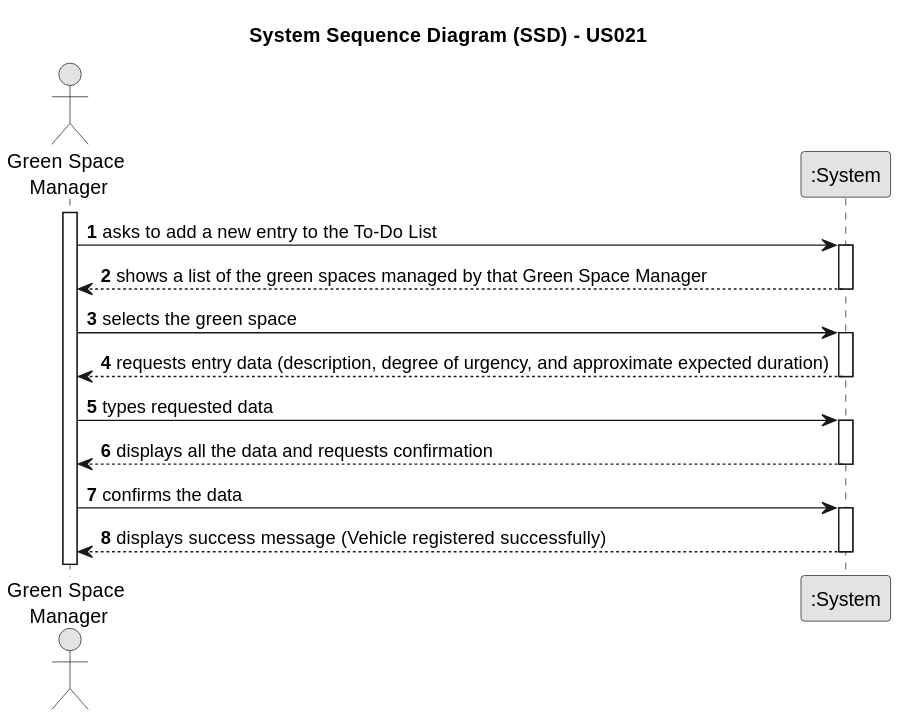
RicardoMorim/lapr2-ISEP-Project keeps this PlantUML diagram as docs/sprintC/us021/01.requirements-engineering/svg/us021-system-sequence-diagram-alternative-one.svg. Above is the earlier version. The source it was exported from:
```plantuml
@startuml
skinparam monochrome true
skinparam packageStyle rectangle
skinparam shadowing false

title System Sequence Diagram (SSD) - US021

autonumber

actor "Green Space\n Manager" as GSM
participant ":System" as System

activate GSM

    GSM -> System : asks to add a new entry to the To-Do List
    activate System

    System --> GSM : shows a list of the green spaces managed by that Green Space Manager
    deactivate System

    GSM -> System : selects the green space
    activate System

    System --> GSM : requests entry data (description, degree of urgency, and approximate expected duration)
    deactivate System

    GSM -> System : types requested data
    activate System

    System --> GSM : displays all the data and requests confirmation
    deactivate System

    GSM -> System : confirms the data
    activate System

    System --> GSM : displays success message (Vehicle registered successfully)
    deactivate System
@enduml
```
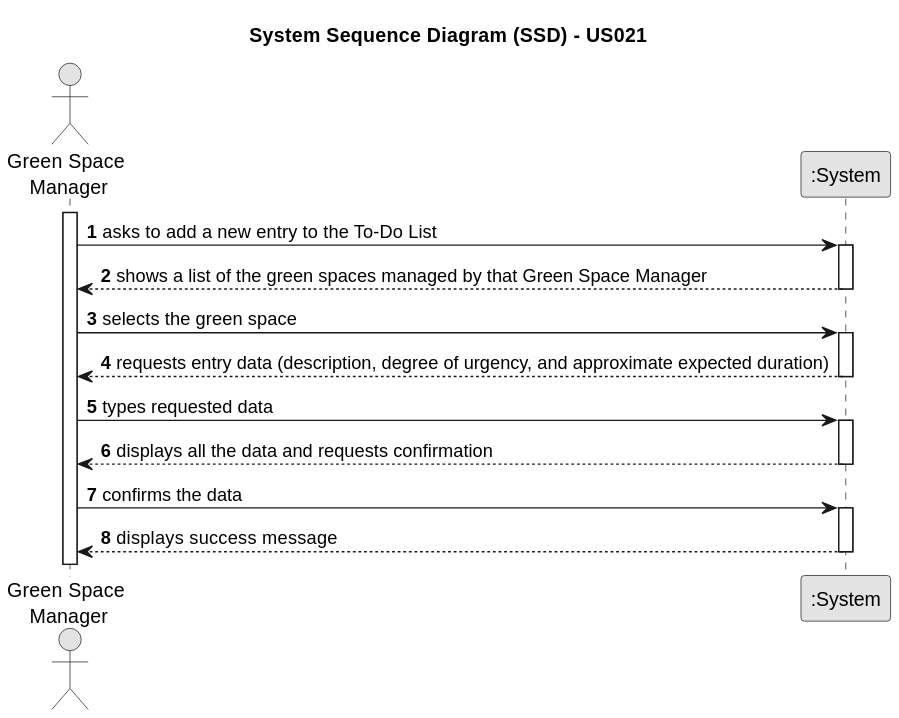
Later version of the same file.

Diff of the diagram source:
```diff
@@ -33,6 +33,6 @@
     GSM -> System : confirms the data
     activate System
 
-    System --> GSM : displays success message (Vehicle registered successfully)
+    System --> GSM : displays success message
     deactivate System
 @enduml
```
